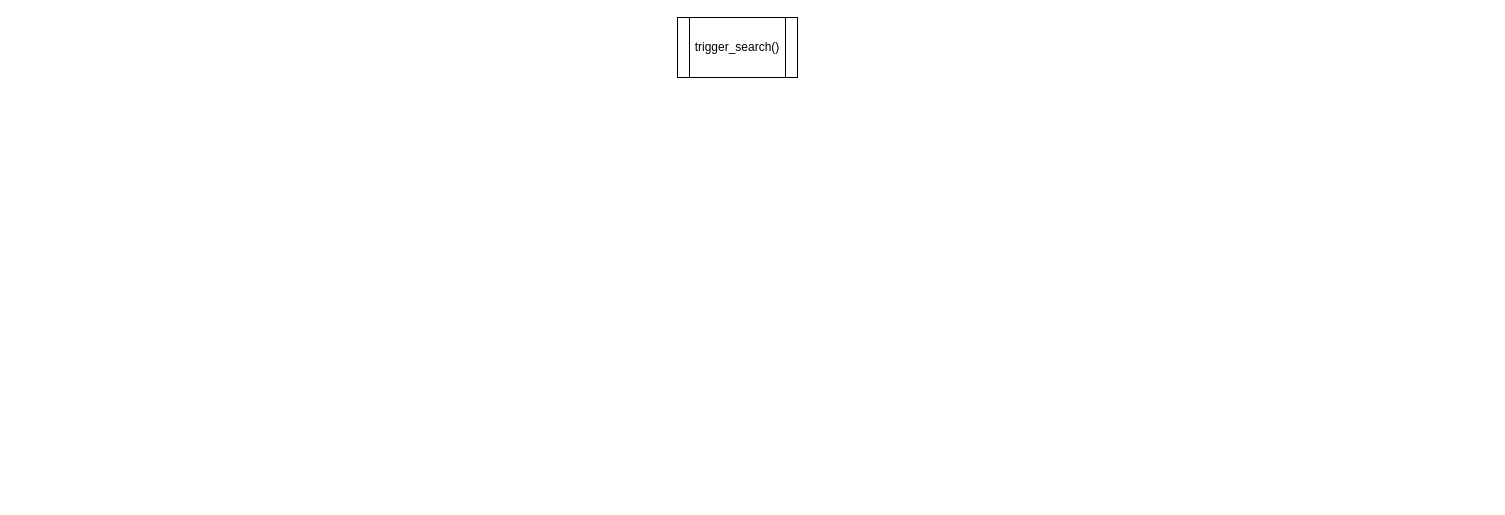
The draw.io diagram ScareScreen.drawio in FrancoisMarais101/ScareScreen, before the edit. Source tidied: cells renumbered, new cells numbered last; positions are measured from the earlier drawing's top-left corner, leaving out a move shared by most shapes. Both pictures are drawn from the tidied source at 100%, with x=0, y=0 at pixel (677, 17).
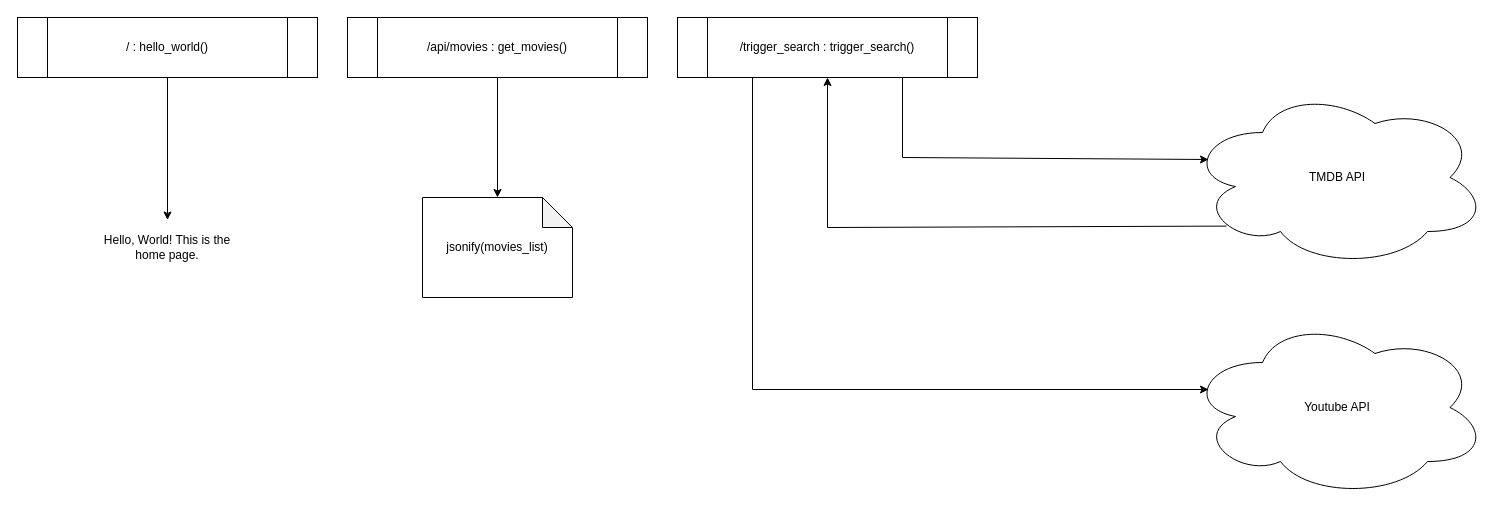
The same page after the edit.

The edit, as a diff of the source:
```diff
@@
 <mxGraphModel>
   <root>
     <mxCell id="0" />
     <mxCell id="1" parent="0" />
-    <mxCell id="2" value="trigger_search()" style="shape=process;whiteSpace=wrap;html=1;backgroundOutline=1;" parent="1" vertex="1">
-      <mxGeometry width="120" height="60" as="geometry" />
+    <mxCell id="2" value="/trigger_search&amp;nbsp;: trigger_search()" style="shape=process;whiteSpace=wrap;html=1;backgroundOutline=1;" parent="1" vertex="1">
+      <mxGeometry width="300" height="60" as="geometry" />
     </mxCell>
+    <mxCell id="3" value="/ : hello_world()" style="shape=process;whiteSpace=wrap;html=1;backgroundOutline=1;" parent="1" vertex="1">
+      <mxGeometry x="-660" width="300" height="60" as="geometry" />
+    </mxCell>
+    <mxCell id="4" value="/api/movies&amp;nbsp;:&amp;nbsp;get_movies&lt;span style=&quot;background-color: initial;&quot;&gt;()&lt;/span&gt;" style="shape=process;whiteSpace=wrap;html=1;backgroundOutline=1;" parent="1" vertex="1">
+      <mxGeometry x="-330" width="300" height="60" as="geometry" />
+    </mxCell>
+    <mxCell id="5" value="jsonify(movies_list)" style="shape=note;whiteSpace=wrap;html=1;backgroundOutline=1;darkOpacity=0.05;" parent="1" vertex="1">
+      <mxGeometry x="-255" y="180" width="150" height="100" as="geometry" />
+    </mxCell>
+    <mxCell id="6" style="endArrow=classic;html=1;rounded=0;exitX=0.5;exitY=1;exitDx=0;exitDy=0;entryX=0.5;entryY=0;entryDx=0;entryDy=0;entryPerimeter=0;" parent="1" edge="1" source="4" target="5">
+      <mxGeometry relative="1" as="geometry" />
+    </mxCell>
+    <mxCell id="7" value="Hello, World! This is the home page." style="text;html=1;strokeColor=none;fillColor=none;align=center;verticalAlign=middle;whiteSpace=wrap;rounded=0;" parent="1" vertex="1">
+      <mxGeometry x="-585" y="202.5" width="150" height="55" as="geometry" />
+    </mxCell>
+    <mxCell id="8" style="endArrow=classic;html=1;rounded=0;exitX=0.5;exitY=1;exitDx=0;exitDy=0;entryX=0.5;entryY=0;entryDx=0;entryDy=0;" parent="1" edge="1" source="3" target="7">
+      <mxGeometry relative="1" as="geometry" />
+    </mxCell>
+    <mxCell id="9" value="TMDB API" style="ellipse;shape=cloud;whiteSpace=wrap;html=1;" parent="1" vertex="1">
+      <mxGeometry x="510" y="70" width="300" height="180" as="geometry" />
+    </mxCell>
+    <mxCell id="10" value="Youtube API" style="ellipse;shape=cloud;whiteSpace=wrap;html=1;" parent="1" vertex="1">
+      <mxGeometry x="510" y="300" width="300" height="180" as="geometry" />
+    </mxCell>
+    <mxCell id="11" style="endArrow=classic;html=1;rounded=0;exitX=0.75;exitY=1;exitDx=0;exitDy=0;entryX=0.07;entryY=0.4;entryDx=0;entryDy=0;entryPerimeter=0;" parent="1" edge="1" source="2" target="9">
+      <mxGeometry relative="1" as="geometry">
+        <Array as="points">
+          <mxPoint x="225" y="140" />
+        </Array>
+      </mxGeometry>
+    </mxCell>
+    <mxCell id="12" style="endArrow=classic;html=1;rounded=0;exitX=0.13;exitY=0.77;exitDx=0;exitDy=0;exitPerimeter=0;entryX=0.5;entryY=1;entryDx=0;entryDy=0;" parent="1" edge="1" source="9" target="2">
+      <mxGeometry relative="1" as="geometry">
+        <Array as="points">
+          <mxPoint x="150" y="210" />
+        </Array>
+      </mxGeometry>
+    </mxCell>
+    <mxCell id="13" style="endArrow=classic;html=1;rounded=0;entryX=0.07;entryY=0.4;entryDx=0;entryDy=0;entryPerimeter=0;exitX=0.25;exitY=1;exitDx=0;exitDy=0;" parent="1" edge="1" source="2" target="10">
+      <mxGeometry relative="1" as="geometry">
+        <Array as="points">
+          <mxPoint x="75" y="372" />
+        </Array>
+      </mxGeometry>
+    </mxCell>
   </root>
 </mxGraphModel>
```
